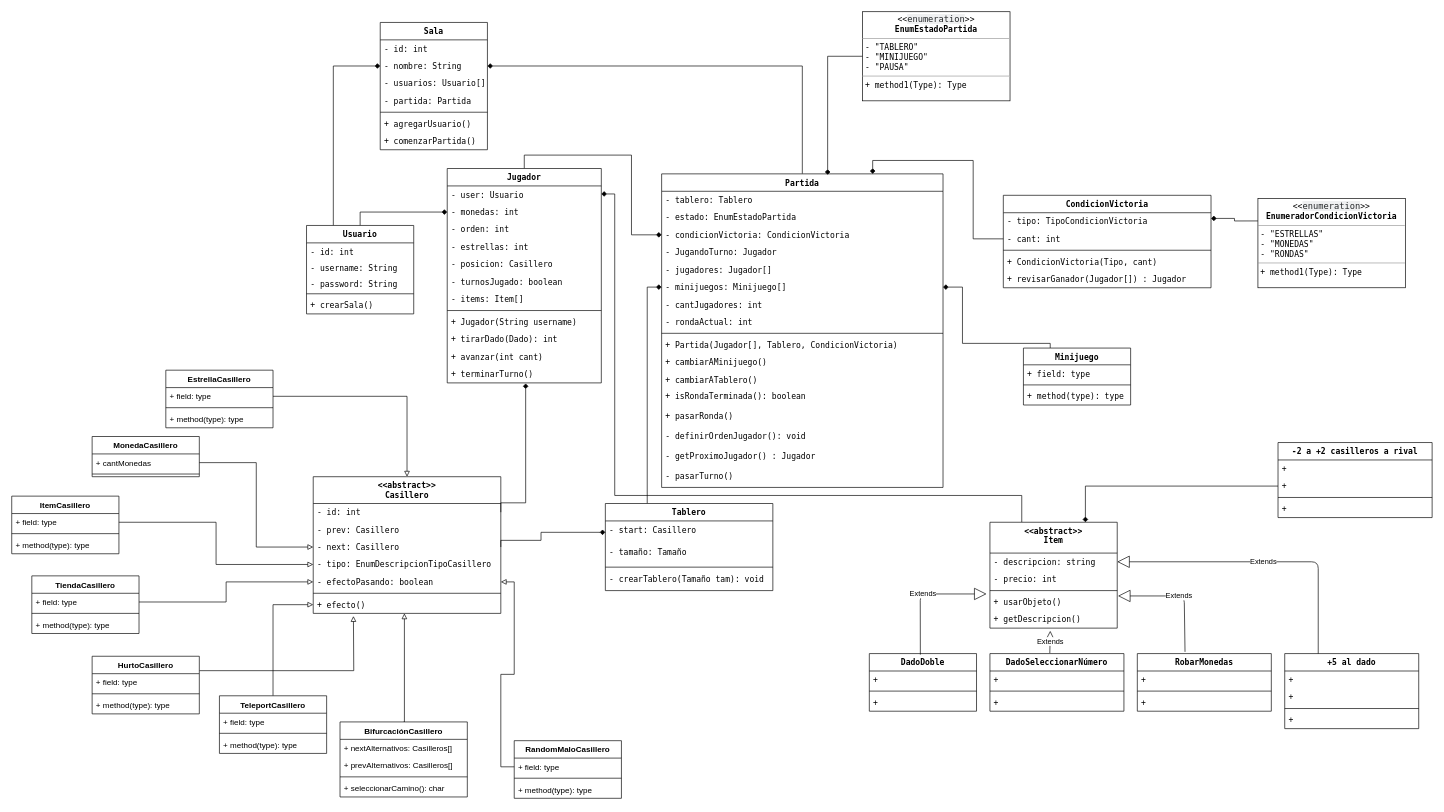
cancellarapaula/MarioParty keeps this draw.io diagram as ClasesMarioParty.drawio. Above is the earlier version. Source tidied: cells renumbered, new cells numbered last; positions are measured from the earlier drawing's top-left corner, leaving out a move shared by most shapes. Both pictures are drawn from the tidied source at 67%, with x=0, y=0 at pixel (11, 11).
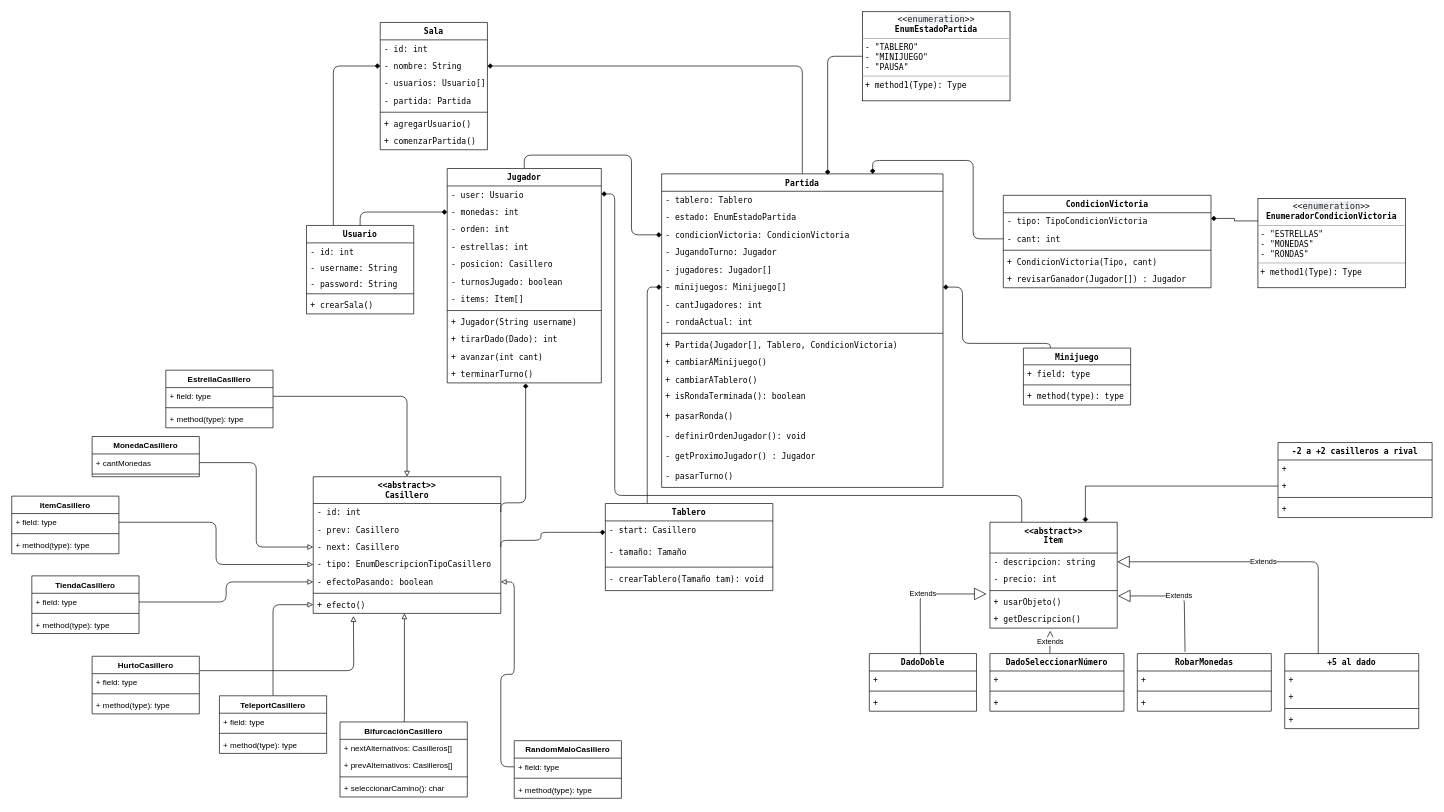
The same diagram, later.

Commit message:
Rounded flechas

Unchanged cells that the change refers to:
```xml
<mxCell id="3" value="Tablero" style="swimlane;fontStyle=1;align=center;verticalAlign=top;horizontal=1;startSize=26;fontFamily=Lucida Console;" parent="1" vertex="1">
<mxCell id="4" value="- start: Casillero&#10;&#10;&#10;&#10;" style="text;strokeColor=none;fillColor=none;align=left;verticalAlign=top;spacingLeft=4;spacingRight=4;overflow=hidden;points=[[0,0.5],[1,0.5]];portConstraint=eastwest;fontFamily=Lucida Console;" parent="3" vertex="1">
<mxCell id="9" value="Jugador" style="swimlane;fontStyle=1;align=center;verticalAlign=top;horizontal=1;startSize=26;fontFamily=Lucida Console;" parent="1" vertex="1">
<mxCell id="11" value="- monedas: int&#10;" style="text;strokeColor=none;fillColor=none;align=left;verticalAlign=top;spacingLeft=4;spacingRight=4;overflow=hidden;points=[[0,0.5],[1,0.5]];portConstraint=eastwest;fontFamily=Lucida Console;" parent="9" vertex="1">
<mxCell id="21" value="+ terminarTurno()" style="text;strokeColor=none;fillColor=none;align=left;verticalAlign=top;spacingLeft=4;spacingRight=4;overflow=hidden;points=[[0,0.5],[1,0.5]];portConstraint=eastwest;fontFamily=Lucida Console;" parent="9" vertex="1">
<mxCell id="26" value="- condicionVictoria: CondicionVictoria" style="text;strokeColor=none;fillColor=none;align=left;verticalAlign=top;spacingLeft=4;spacingRight=4;overflow=hidden;points=[[0,0.5],[1,0.5]];portConstraint=eastwest;fontFamily=Lucida Console;" parent="23" vertex="1">
<mxCell id="29" value="- minijuegos: Minijuego[]" style="text;strokeColor=none;fillColor=none;align=left;verticalAlign=top;spacingLeft=4;spacingRight=4;overflow=hidden;points=[[0,0.5],[1,0.5]];portConstraint=eastwest;fontFamily=Lucida Console;" parent="23" vertex="1">
<mxCell id="46" value="&lt;&lt;abstract&gt;&gt;&#10;Item" style="swimlane;fontStyle=1;align=center;verticalAlign=top;horizontal=1;startSize=46;fontFamily=Lucida Console;" parent="1" vertex="1">
<mxCell id="62" value="Usuario" style="swimlane;fontStyle=1;align=center;verticalAlign=top;horizontal=1;startSize=26;fontFamily=Lucida Console;" parent="1" vertex="1">
<mxCell id="69" value="Minijuego&#10;" style="swimlane;fontStyle=1;align=center;verticalAlign=top;horizontal=1;startSize=25;fontFamily=Lucida Console;" parent="1" vertex="1">
<mxCell id="75" value="&lt;&lt;abstract&gt;&gt;&#10;Casillero" style="swimlane;fontStyle=1;align=center;verticalAlign=top;horizontal=1;startSize=40;fontFamily=Lucida Console;" parent="1" vertex="1">
<mxCell id="76" value="- id: int" style="text;strokeColor=none;fillColor=none;align=left;verticalAlign=top;spacingLeft=4;spacingRight=4;overflow=hidden;points=[[0,0.5],[1,0.5]];portConstraint=eastwest;fontFamily=Lucida Console;" parent="75" vertex="1">
<mxCell id="78" value="- next: Casillero" style="text;strokeColor=none;fillColor=none;align=left;verticalAlign=top;spacingLeft=4;spacingRight=4;overflow=hidden;points=[[0,0.5],[1,0.5]];portConstraint=eastwest;fontFamily=Lucida Console;" parent="75" vertex="1">
<mxCell id="79" value="- tipo: EnumDescripcionTipoCasillero&#10;&#10;&#10;" style="text;strokeColor=none;fillColor=none;align=left;verticalAlign=top;spacingLeft=4;spacingRight=4;overflow=hidden;points=[[0,0.5],[1,0.5]];portConstraint=eastwest;fontFamily=Lucida Console;" parent="75" vertex="1">
<mxCell id="80" value="- efectoPasando: boolean" style="text;strokeColor=none;fillColor=none;align=left;verticalAlign=top;spacingLeft=4;spacingRight=4;overflow=hidden;points=[[0,0.5],[1,0.5]];portConstraint=eastwest;fontFamily=Lucida Console;" parent="75" vertex="1">
<mxCell id="82" value="+ efecto()" style="text;strokeColor=none;fillColor=none;align=left;verticalAlign=top;spacingLeft=4;spacingRight=4;overflow=hidden;points=[[0,0.5],[1,0.5]];portConstraint=eastwest;fontFamily=Lucida Console;" parent="75" vertex="1">
<mxCell id="86" value="- cant: int" style="text;strokeColor=none;fillColor=none;align=left;verticalAlign=top;spacingLeft=4;spacingRight=4;overflow=hidden;points=[[0,0.5],[1,0.5]];portConstraint=eastwest;fontFamily=Lucida Console;" parent="84" vertex="1">
<mxCell id="93" value="- nombre: String" style="text;strokeColor=none;fillColor=none;align=left;verticalAlign=top;spacingLeft=4;spacingRight=4;overflow=hidden;points=[[0,0.5],[1,0.5]];portConstraint=eastwest;fontFamily=Lucida Console;" parent="91" vertex="1">
<mxCell id="116" value="+ cantMonedas" style="text;strokeColor=none;fillColor=none;align=left;verticalAlign=top;spacingLeft=4;spacingRight=4;overflow=hidden;points=[[0,0.5],[1,0.5]];portConstraint=eastwest;" parent="115" vertex="1">
<mxCell id="119" value="+ field: type" style="text;strokeColor=none;fillColor=none;align=left;verticalAlign=top;spacingLeft=4;spacingRight=4;overflow=hidden;points=[[0,0.5],[1,0.5]];portConstraint=eastwest;" parent="118" vertex="1">
<mxCell id="123" value="+ field: type" style="text;strokeColor=none;fillColor=none;align=left;verticalAlign=top;spacingLeft=4;spacingRight=4;overflow=hidden;points=[[0,0.5],[1,0.5]];portConstraint=eastwest;" parent="122" vertex="1">
<mxCell id="127" value="BifurcaciónCasillero" style="swimlane;fontStyle=1;align=center;verticalAlign=top;horizontal=1;startSize=26;" parent="1" vertex="1">
<mxCell id="133" value="+ field: type" style="text;strokeColor=none;fillColor=none;align=left;verticalAlign=top;spacingLeft=4;spacingRight=4;overflow=hidden;points=[[0,0.5],[1,0.5]];portConstraint=eastwest;" parent="132" vertex="1">
<mxCell id="137" value="HurtoCasillero" style="swimlane;fontStyle=1;align=center;verticalAlign=top;horizontal=1;startSize=26;" parent="1" vertex="1">
<mxCell id="142" value="TeleportCasillero" style="swimlane;fontStyle=1;align=center;verticalAlign=top;horizontal=1;startSize=26;" parent="1" vertex="1">
<mxCell id="147" value="+ field: type" style="text;strokeColor=none;fillColor=none;align=left;verticalAlign=top;spacingLeft=4;spacingRight=4;overflow=hidden;points=[[0,0.5],[1,0.5]];portConstraint=eastwest;" parent="146" vertex="1">
<mxCell id="156" value="&lt;p style=&quot;margin: 0px ; margin-top: 4px ; text-align: center&quot;&gt;&lt;i&gt;&amp;lt;&amp;lt;&lt;/i&gt;&lt;span style=&quot;color: rgb(36 , 39 , 41) ; font-size: 13px ; text-align: left ; background-color: rgb(239 , 240 , 241)&quot;&gt;enumeration&lt;/span&gt;&lt;i&gt;&amp;gt;&amp;gt;&lt;/i&gt;&lt;br&gt;&lt;b&gt;EnumEstadoPartida&lt;/b&gt;&lt;/p&gt;&lt;hr size=&quot;1&quot;&gt;&lt;p style=&quot;margin: 0px ; margin-left: 4px&quot;&gt;- &quot;TABLERO&quot;&lt;br&gt;&lt;/p&gt;&lt;p style=&quot;margin: 0px ; margin-left: 4px&quot;&gt;- &quot;MINIJUEGO&quot;&lt;/p&gt;&lt;p style=&quot;margin: 0px ; margin-left: 4px&quot;&gt;- &quot;PAUSA&quot;&lt;/p&gt;&lt;hr size=&quot;1&quot;&gt;&lt;p style=&quot;margin: 0px ; margin-left: 4px&quot;&gt;+ method1(Type): Type&lt;/p&gt;" style="verticalAlign=top;align=left;overflow=fill;fontSize=12;fontFamily=Lucida Console;html=1;" parent="1" vertex="1">
```

What changed in the source:
```diff
@@
-    <mxCell id="2" style="edgeStyle=orthogonalEdgeStyle;rounded=0;jettySize=auto;html=1;exitX=0.25;exitY=0;exitDx=0;exitDy=0;entryX=0;entryY=0.5;entryDx=0;entryDy=0;startArrow=none;startFill=0;endArrow=diamond;endFill=1;fontFamily=Lucida Console;" parent="1" edge="1" source="3" target="29">
+    <mxCell id="2" style="edgeStyle=orthogonalEdgeStyle;rounded=1;jettySize=auto;html=1;exitX=0.25;exitY=0;exitDx=0;exitDy=0;entryX=0;entryY=0.5;entryDx=0;entryDy=0;startArrow=none;startFill=0;endArrow=diamond;endFill=1;fontFamily=Lucida Console;" parent="1" edge="1" source="3" target="29">
       <mxGeometry relative="1" as="geometry">
         <Array as="points">
           <mxPoint x="949" y="411" />
         </Array>
       </mxGeometry>
     </mxCell>
@@
-    <mxCell id="8" style="edgeStyle=orthogonalEdgeStyle;rounded=0;jettySize=auto;html=1;exitX=0.5;exitY=0;exitDx=0;exitDy=0;entryX=0;entryY=0.5;entryDx=0;entryDy=0;startArrow=none;startFill=0;endArrow=diamond;endFill=1;fontFamily=Lucida Console;" parent="1" edge="1" source="9" target="26">
+    <mxCell id="8" style="edgeStyle=orthogonalEdgeStyle;rounded=1;jettySize=auto;html=1;exitX=0.5;exitY=0;exitDx=0;exitDy=0;entryX=0;entryY=0.5;entryDx=0;entryDy=0;startArrow=none;startFill=0;endArrow=diamond;endFill=1;fontFamily=Lucida Console;" parent="1" edge="1" source="9" target="26">
       <mxGeometry relative="1" as="geometry" />
     </mxCell>
@@
-    <mxCell id="22" style="edgeStyle=orthogonalEdgeStyle;rounded=0;jettySize=auto;html=1;exitX=0.5;exitY=0;exitDx=0;exitDy=0;entryX=1;entryY=0.5;entryDx=0;entryDy=0;endArrow=diamond;endFill=1;" parent="1" edge="1" source="23" target="93">
+    <mxCell id="22" style="rounded=1;jettySize=auto;html=1;exitX=0.5;exitY=0;exitDx=0;exitDy=0;entryX=1;entryY=0.5;entryDx=0;entryDy=0;endArrow=diamond;endFill=1;edgeStyle=orthogonalEdgeStyle;" parent="1" edge="1" source="23" target="93">
       <mxGeometry relative="1" as="geometry" />
     </mxCell>
-    <mxCell id="23" value="Partida" style="swimlane;fontStyle=1;align=center;verticalAlign=top;horizontal=1;startSize=26;fontFamily=Lucida Console;" parent="1" vertex="1">
+    <mxCell id="23" value="Partida" style="swimlane;fontStyle=1;align=center;verticalAlign=top;horizontal=1;startSize=26;fontFamily=Lucida Console;rounded=0;shadow=0;comic=0;glass=0;swimlaneLine=1;" parent="1" vertex="1">
       <mxGeometry x="970" y="242" width="420" height="468" as="geometry" />
     </mxCell>
@@
-    <mxCell id="45" style="edgeStyle=orthogonalEdgeStyle;rounded=0;jettySize=auto;html=1;exitX=0.25;exitY=0;exitDx=0;exitDy=0;endArrow=diamond;endFill=1;" parent="1" edge="1" source="46">
+    <mxCell id="45" style="edgeStyle=orthogonalEdgeStyle;rounded=1;jettySize=auto;html=1;exitX=0.25;exitY=0;exitDx=0;exitDy=0;endArrow=diamond;endFill=1;" parent="1" edge="1" source="46">
       <mxGeometry relative="1" as="geometry">
         <mxPoint x="880" y="272" as="targetPoint" />
         <Array as="points">
           <mxPoint x="1507" y="722" />
           <mxPoint x="900" y="722" />
           <mxPoint x="900" y="272" />
         </Array>
       </mxGeometry>
     </mxCell>
@@
-    <mxCell id="60" style="edgeStyle=orthogonalEdgeStyle;rounded=0;jettySize=auto;html=1;exitX=0.5;exitY=0;exitDx=0;exitDy=0;entryX=0;entryY=0.5;entryDx=0;entryDy=0;startArrow=none;startFill=0;endArrow=diamond;endFill=1;fontFamily=Lucida Console;" parent="1" edge="1" source="62" target="11">
+    <mxCell id="60" style="edgeStyle=orthogonalEdgeStyle;rounded=1;jettySize=auto;html=1;exitX=0.5;exitY=0;exitDx=0;exitDy=0;entryX=0;entryY=0.5;entryDx=0;entryDy=0;startArrow=none;startFill=0;endArrow=diamond;endFill=1;fontFamily=Lucida Console;" parent="1" edge="1" source="62" target="11">
       <mxGeometry relative="1" as="geometry" />
     </mxCell>
-    <mxCell id="61" style="edgeStyle=orthogonalEdgeStyle;rounded=0;jettySize=auto;html=1;exitX=0.25;exitY=0;exitDx=0;exitDy=0;entryX=0;entryY=0.5;entryDx=0;entryDy=0;endArrow=diamond;endFill=1;" parent="1" edge="1" source="62" target="93">
+    <mxCell id="61" style="edgeStyle=orthogonalEdgeStyle;rounded=1;jettySize=auto;html=1;exitX=0.25;exitY=0;exitDx=0;exitDy=0;entryX=0;entryY=0.5;entryDx=0;entryDy=0;endArrow=diamond;endFill=1;" parent="1" edge="1" source="62" target="93">
       <mxGeometry relative="1" as="geometry" />
     </mxCell>
@@
-    <mxCell id="68" style="edgeStyle=orthogonalEdgeStyle;rounded=0;jettySize=auto;html=1;exitX=0.25;exitY=0;exitDx=0;exitDy=0;entryX=1;entryY=0.5;entryDx=0;entryDy=0;startArrow=none;startFill=0;endArrow=diamond;endFill=1;fontFamily=Lucida Console;" parent="1" edge="1" source="69" target="29">
+    <mxCell id="68" style="edgeStyle=orthogonalEdgeStyle;rounded=1;jettySize=auto;html=1;exitX=0.25;exitY=0;exitDx=0;exitDy=0;entryX=1;entryY=0.5;entryDx=0;entryDy=0;startArrow=none;startFill=0;endArrow=diamond;endFill=1;fontFamily=Lucida Console;" parent="1" edge="1" source="69" target="29">
       <mxGeometry relative="1" as="geometry">
         <Array as="points">
           <mxPoint x="1550" y="495" />
           <mxPoint x="1419" y="495" />
           <mxPoint x="1419" y="411" />
         </Array>
       </mxGeometry>
     </mxCell>
@@
-    <mxCell id="83" style="edgeStyle=orthogonalEdgeStyle;rounded=0;jettySize=auto;html=1;entryX=0;entryY=0.5;entryDx=0;entryDy=0;startArrow=none;startFill=0;endArrow=diamond;endFill=1;fontFamily=Lucida Console;exitX=1;exitY=0.5;exitDx=0;exitDy=0;" parent="1" edge="1" source="78" target="4">
+    <mxCell id="83" style="edgeStyle=orthogonalEdgeStyle;rounded=1;jettySize=auto;html=1;entryX=0;entryY=0.5;entryDx=0;entryDy=0;startArrow=none;startFill=0;endArrow=diamond;endFill=1;fontFamily=Lucida Console;exitX=1;exitY=0.5;exitDx=0;exitDy=0;" parent="1" edge="1" source="78" target="4">
       <mxGeometry relative="1" as="geometry">
         <Array as="points">
           <mxPoint x="730" y="789" />
           <mxPoint x="790" y="789" />
           <mxPoint x="790" y="777" />
         </Array>
       </mxGeometry>
     </mxCell>
@@
-    <mxCell id="90" style="edgeStyle=orthogonalEdgeStyle;rounded=0;jettySize=auto;html=1;exitX=0;exitY=0.5;exitDx=0;exitDy=0;startArrow=none;startFill=0;endArrow=diamond;endFill=1;entryX=0.75;entryY=0;entryDx=0;entryDy=0;fontFamily=Lucida Console;" parent="1" edge="1" source="86" target="23">
+    <mxCell id="90" style="edgeStyle=orthogonalEdgeStyle;rounded=1;jettySize=auto;html=1;exitX=0;exitY=0.5;exitDx=0;exitDy=0;startArrow=none;startFill=0;endArrow=diamond;endFill=1;entryX=0.75;entryY=0;entryDx=0;entryDy=0;fontFamily=Lucida Console;" parent="1" edge="1" source="86" target="23">
       <mxGeometry relative="1" as="geometry" />
     </mxCell>
@@
-    <mxCell id="114" style="edgeStyle=orthogonalEdgeStyle;rounded=0;jettySize=auto;html=1;exitX=1;exitY=0.5;exitDx=0;exitDy=0;endArrow=diamond;endFill=1;entryX=0.509;entryY=1.031;entryDx=0;entryDy=0;entryPerimeter=0;" parent="1" edge="1" source="76" target="21">
+    <mxCell id="114" style="edgeStyle=orthogonalEdgeStyle;rounded=1;jettySize=auto;html=1;exitX=1;exitY=0.5;exitDx=0;exitDy=0;endArrow=diamond;endFill=1;entryX=0.509;entryY=1.031;entryDx=0;entryDy=0;entryPerimeter=0;" parent="1" edge="1" source="76" target="21">
       <mxGeometry relative="1" as="geometry">
         <Array as="points">
           <mxPoint x="730" y="733" />
           <mxPoint x="767" y="733" />
         </Array>
       </mxGeometry>
     </mxCell>
@@
-    <mxCell id="126" style="edgeStyle=orthogonalEdgeStyle;rounded=0;jettySize=auto;html=1;exitX=0.5;exitY=0;exitDx=0;exitDy=0;entryX=0.486;entryY=1;entryDx=0;entryDy=0;entryPerimeter=0;endArrow=block;endFill=0;" parent="1" edge="1" source="127" target="82">
+    <mxCell id="126" style="edgeStyle=orthogonalEdgeStyle;rounded=1;jettySize=auto;html=1;exitX=0.5;exitY=0;exitDx=0;exitDy=0;entryX=0.486;entryY=1;entryDx=0;entryDy=0;entryPerimeter=0;endArrow=block;endFill=0;" parent="1" edge="1" source="127" target="82">
       <mxGeometry relative="1" as="geometry">
         <Array as="points">
           <mxPoint x="586" y="1060" />
         </Array>
       </mxGeometry>
     </mxCell>
@@
-    <mxCell id="136" style="edgeStyle=orthogonalEdgeStyle;rounded=0;jettySize=auto;html=1;exitX=1;exitY=0.25;exitDx=0;exitDy=0;endArrow=block;endFill=0;" parent="1" edge="1" source="137">
+    <mxCell id="136" style="edgeStyle=orthogonalEdgeStyle;rounded=1;jettySize=auto;html=1;exitX=1;exitY=0.25;exitDx=0;exitDy=0;endArrow=block;endFill=0;" parent="1" edge="1" source="137">
       <mxGeometry relative="1" as="geometry">
         <mxPoint x="510" y="902" as="targetPoint" />
       </mxGeometry>
     </mxCell>
@@
-    <mxCell id="141" style="edgeStyle=orthogonalEdgeStyle;rounded=0;jettySize=auto;html=1;exitX=0.5;exitY=0;exitDx=0;exitDy=0;entryX=0;entryY=0.5;entryDx=0;entryDy=0;endArrow=block;endFill=0;" parent="1" edge="1" source="142" target="82">
+    <mxCell id="141" style="edgeStyle=orthogonalEdgeStyle;rounded=1;jettySize=auto;html=1;exitX=0.5;exitY=0;exitDx=0;exitDy=0;entryX=0;entryY=0.5;entryDx=0;entryDy=0;endArrow=block;endFill=0;" parent="1" edge="1" source="142" target="82">
       <mxGeometry relative="1" as="geometry" />
     </mxCell>
@@
-    <mxCell id="150" style="edgeStyle=orthogonalEdgeStyle;rounded=0;jettySize=auto;html=1;exitX=1;exitY=0.5;exitDx=0;exitDy=0;entryX=0.5;entryY=0;entryDx=0;entryDy=0;endArrow=block;endFill=0;" parent="1" edge="1" source="133" target="75">
+    <mxCell id="150" style="edgeStyle=orthogonalEdgeStyle;rounded=1;jettySize=auto;html=1;exitX=1;exitY=0.5;exitDx=0;exitDy=0;entryX=0.5;entryY=0;entryDx=0;entryDy=0;endArrow=block;endFill=0;" parent="1" edge="1" source="133" target="75">
       <mxGeometry relative="1" as="geometry" />
     </mxCell>
-    <mxCell id="151" style="edgeStyle=orthogonalEdgeStyle;rounded=0;jettySize=auto;html=1;exitX=1;exitY=0.5;exitDx=0;exitDy=0;entryX=0;entryY=0.5;entryDx=0;entryDy=0;endArrow=block;endFill=0;" parent="1" edge="1" source="116" target="78">
+    <mxCell id="151" style="edgeStyle=orthogonalEdgeStyle;rounded=1;jettySize=auto;html=1;exitX=1;exitY=0.5;exitDx=0;exitDy=0;entryX=0;entryY=0.5;entryDx=0;entryDy=0;endArrow=block;endFill=0;" parent="1" edge="1" source="116" target="78">
       <mxGeometry relative="1" as="geometry" />
     </mxCell>
-    <mxCell id="152" style="edgeStyle=orthogonalEdgeStyle;rounded=0;jettySize=auto;html=1;exitX=1;exitY=0.5;exitDx=0;exitDy=0;entryX=0;entryY=0.5;entryDx=0;entryDy=0;endArrow=block;endFill=0;" parent="1" edge="1" source="119" target="79">
+    <mxCell id="152" style="edgeStyle=orthogonalEdgeStyle;rounded=1;jettySize=auto;html=1;exitX=1;exitY=0.5;exitDx=0;exitDy=0;entryX=0;entryY=0.5;entryDx=0;entryDy=0;endArrow=block;endFill=0;" parent="1" edge="1" source="119" target="79">
       <mxGeometry relative="1" as="geometry" />
     </mxCell>
-    <mxCell id="153" style="edgeStyle=orthogonalEdgeStyle;rounded=0;jettySize=auto;html=1;exitX=1;exitY=0.5;exitDx=0;exitDy=0;entryX=0;entryY=0.5;entryDx=0;entryDy=0;endArrow=block;endFill=0;" parent="1" edge="1" source="123" target="80">
+    <mxCell id="153" style="edgeStyle=orthogonalEdgeStyle;rounded=1;jettySize=auto;html=1;exitX=1;exitY=0.5;exitDx=0;exitDy=0;entryX=0;entryY=0.5;entryDx=0;entryDy=0;endArrow=block;endFill=0;" parent="1" edge="1" source="123" target="80">
       <mxGeometry relative="1" as="geometry" />
     </mxCell>
-    <mxCell id="154" style="edgeStyle=orthogonalEdgeStyle;rounded=0;jettySize=auto;html=1;exitX=0;exitY=0.5;exitDx=0;exitDy=0;entryX=1;entryY=0.5;entryDx=0;entryDy=0;endArrow=block;endFill=0;" parent="1" edge="1" source="147" target="80">
+    <mxCell id="154" style="edgeStyle=orthogonalEdgeStyle;rounded=1;jettySize=auto;html=1;exitX=0;exitY=0.5;exitDx=0;exitDy=0;entryX=1;entryY=0.5;entryDx=0;entryDy=0;endArrow=block;endFill=0;" parent="1" edge="1" source="147" target="80">
       <mxGeometry relative="1" as="geometry" />
     </mxCell>
-    <mxCell id="155" style="edgeStyle=orthogonalEdgeStyle;rounded=0;jettySize=auto;html=1;exitX=0;exitY=0.5;exitDx=0;exitDy=0;entryX=0.59;entryY=0.003;entryDx=0;entryDy=0;entryPerimeter=0;endArrow=diamond;endFill=1;" parent="1" edge="1" source="156" target="23">
+    <mxCell id="155" style="edgeStyle=orthogonalEdgeStyle;rounded=1;jettySize=auto;html=1;exitX=0;exitY=0.5;exitDx=0;exitDy=0;entryX=0.59;entryY=0.003;entryDx=0;entryDy=0;entryPerimeter=0;endArrow=diamond;endFill=1;" parent="1" edge="1" source="156" target="23">
       <mxGeometry relative="1" as="geometry" />
     </mxCell>
```
